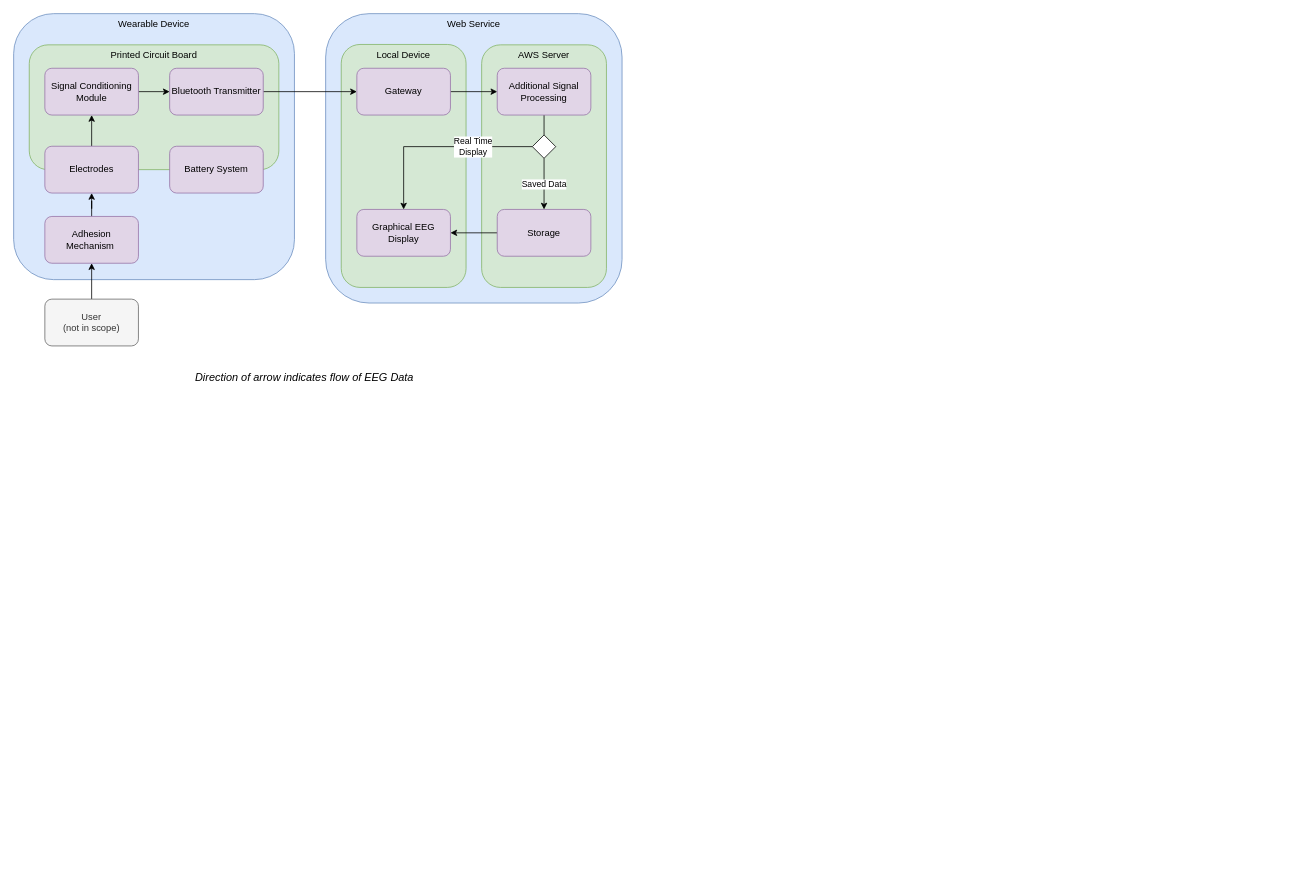
This is SystemArchitecture.drawio from JY68-Werable-EEG-Sensor/Wearable-EEG-Sensor, a draw.io file, before an edit. Source tidied: cells renumbered, new cells numbered last; positions are measured from the earlier drawing's top-left corner, leaving out a move shared by most shapes. Both pictures are drawn from the tidied source at 78%, with x=0, y=0 at pixel (13, 13).
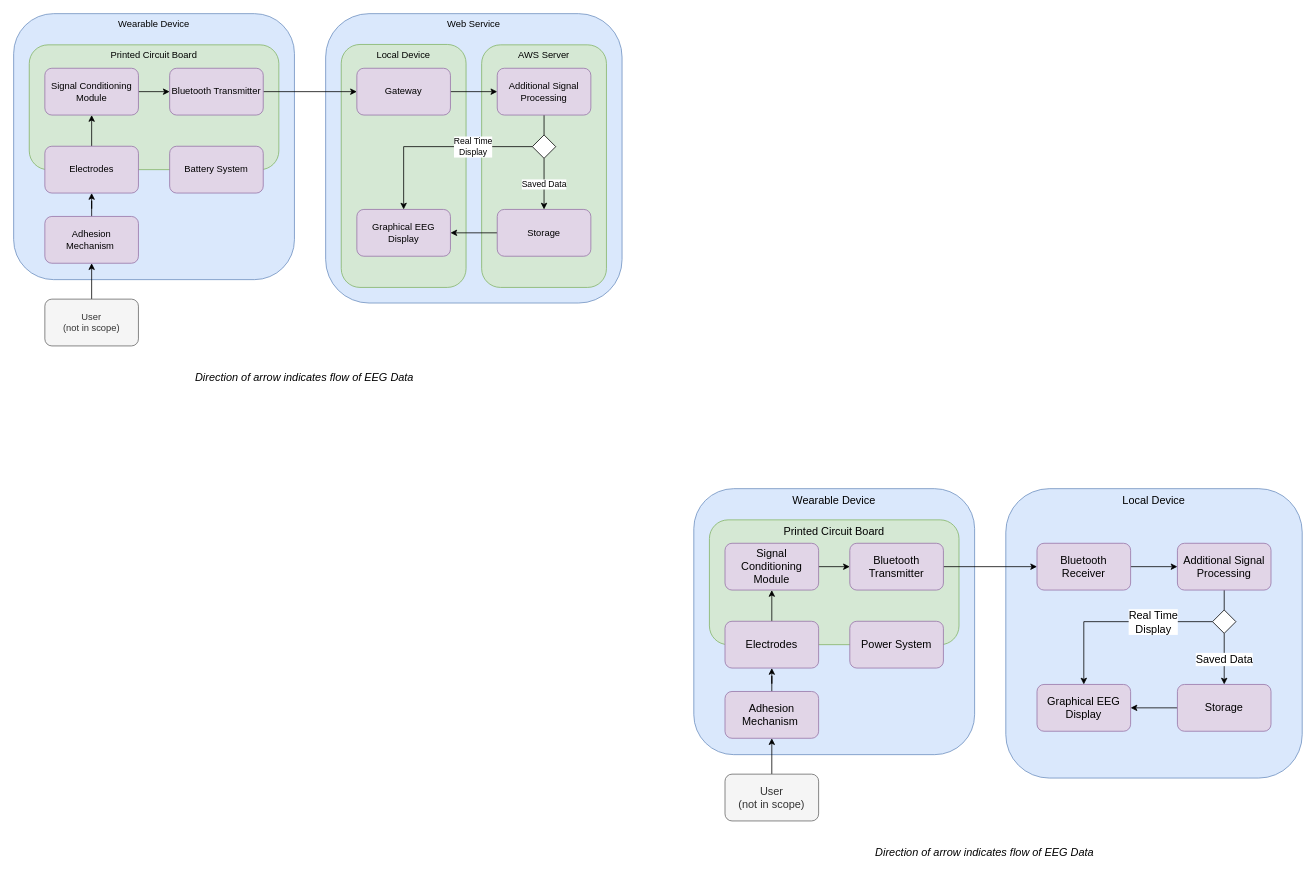
Above is the later version.

What changed in the source:
```diff
@@
+    <mxCell id="30" value="&lt;font style=&quot;font-size: 14px;&quot;&gt;Local Device&lt;/font&gt;" style="rounded=1;whiteSpace=wrap;html=1;verticalAlign=top;fillColor=#dae8fc;strokeColor=#6c8ebf;" parent="1" vertex="1">
+      <mxGeometry x="1272" y="609" width="380" height="371" as="geometry" />
+    </mxCell>
+    <mxCell id="31" value="&lt;font style=&quot;font-size: 14px;&quot;&gt;Wearable Device&lt;/font&gt;" style="rounded=1;whiteSpace=wrap;html=1;verticalAlign=top;fillColor=#dae8fc;strokeColor=#6c8ebf;" parent="1" vertex="1">
+      <mxGeometry x="872" y="609" width="360" height="341" as="geometry" />
+    </mxCell>
+    <mxCell id="32" style="edgeStyle=orthogonalEdgeStyle;rounded=0;jettySize=auto;html=1;exitX=1;exitY=0.5;exitDx=0;exitDy=0;" parent="1" edge="1" source="33" target="47">
+      <mxGeometry relative="1" as="geometry" />
+    </mxCell>
+    <mxCell id="33" value="&lt;font style=&quot;font-size: 14px;&quot;&gt;Bluetooth Receiver&lt;/font&gt;" style="rounded=1;whiteSpace=wrap;html=1;fillColor=#e1d5e7;strokeColor=#9673a6;" parent="1" vertex="1">
+      <mxGeometry x="1312" y="679" width="120" height="60" as="geometry" />
+    </mxCell>
+    <mxCell id="34" value="&lt;font style=&quot;font-size: 14px;&quot;&gt;Printed Circuit Board&lt;/font&gt;" style="rounded=1;whiteSpace=wrap;html=1;verticalAlign=top;fillColor=#d5e8d4;strokeColor=#82b366;" parent="1" vertex="1">
+      <mxGeometry x="892" y="649" width="320" height="160" as="geometry" />
+    </mxCell>
+    <mxCell id="35" style="edgeStyle=orthogonalEdgeStyle;rounded=0;jettySize=auto;html=1;exitX=1;exitY=0.5;exitDx=0;exitDy=0;entryX=0;entryY=0.5;entryDx=0;entryDy=0;" parent="1" edge="1" source="36" target="33">
+      <mxGeometry relative="1" as="geometry" />
+    </mxCell>
+    <mxCell id="36" value="&lt;font style=&quot;font-size: 14px;&quot;&gt;Bluetooth Transmitter&lt;/font&gt;" style="rounded=1;whiteSpace=wrap;html=1;fillColor=#e1d5e7;strokeColor=#9673a6;" parent="1" vertex="1">
+      <mxGeometry x="1072" y="679" width="120" height="60" as="geometry" />
+    </mxCell>
+    <mxCell id="37" style="edgeStyle=orthogonalEdgeStyle;rounded=0;orthogonalLoop=1;jettySize=auto;html=1;exitX=0.5;exitY=1;exitDx=0;exitDy=0;" parent="1" edge="1" source="30" target="30">
+      <mxGeometry relative="1" as="geometry" />
+    </mxCell>
+    <mxCell id="38" style="edgeStyle=orthogonalEdgeStyle;rounded=0;jettySize=auto;html=1;exitX=0.5;exitY=0;exitDx=0;exitDy=0;entryX=0.5;entryY=1;entryDx=0;entryDy=0;" parent="1" edge="1" source="39" target="44">
+      <mxGeometry relative="1" as="geometry" />
+    </mxCell>
+    <mxCell id="39" value="&lt;font style=&quot;font-size: 14px;&quot;&gt;Electrodes&lt;/font&gt;" style="rounded=1;whiteSpace=wrap;html=1;fillColor=#e1d5e7;strokeColor=#9673a6;" parent="1" vertex="1">
+      <mxGeometry x="912" y="779" width="120" height="60" as="geometry" />
+    </mxCell>
+    <mxCell id="40" style="edgeStyle=orthogonalEdgeStyle;rounded=0;jettySize=auto;html=1;exitX=0.5;exitY=0;exitDx=0;exitDy=0;" parent="1" edge="1" source="41" target="39">
+      <mxGeometry relative="1" as="geometry" />
+    </mxCell>
+    <mxCell id="41" value="&lt;font style=&quot;font-size: 14px;&quot;&gt;Adhesion Mechanism&amp;nbsp;&lt;/font&gt;" style="rounded=1;whiteSpace=wrap;html=1;fillColor=#e1d5e7;strokeColor=#9673a6;" parent="1" vertex="1">
+      <mxGeometry x="912" y="869" width="120" height="60" as="geometry" />
+    </mxCell>
+    <mxCell id="42" value="&lt;font style=&quot;font-size: 14px;&quot;&gt;Power System&lt;br&gt;&lt;/font&gt;" style="rounded=1;whiteSpace=wrap;html=1;fillColor=#e1d5e7;strokeColor=#9673a6;" parent="1" vertex="1">
+      <mxGeometry x="1072" y="779" width="120" height="60" as="geometry" />
+    </mxCell>
+    <mxCell id="43" style="edgeStyle=orthogonalEdgeStyle;rounded=0;jettySize=auto;html=1;exitX=1;exitY=0.5;exitDx=0;exitDy=0;entryX=0;entryY=0.5;entryDx=0;entryDy=0;" parent="1" edge="1" source="44" target="36">
+      <mxGeometry relative="1" as="geometry" />
+    </mxCell>
+    <mxCell id="44" value="&lt;font style=&quot;font-size: 14px;&quot;&gt;Signal Conditioning Module&lt;/font&gt;" style="rounded=1;whiteSpace=wrap;html=1;fillColor=#e1d5e7;strokeColor=#9673a6;" parent="1" vertex="1">
+      <mxGeometry x="912" y="679" width="120" height="60" as="geometry" />
+    </mxCell>
+    <mxCell id="45" value="&lt;i&gt;&lt;font style=&quot;font-size: 14px;&quot;&gt;Direction of arrow indicates flow of EEG Data&lt;/font&gt;&lt;/i&gt;" style="text;html=1;strokeColor=none;fillColor=none;align=center;verticalAlign=middle;whiteSpace=wrap;rounded=0;" parent="1" vertex="1">
+      <mxGeometry x="1092" y="1060" width="306" height="30" as="geometry" />
+    </mxCell>
+    <mxCell id="46" style="edgeStyle=orthogonalEdgeStyle;rounded=0;jettySize=auto;html=1;exitX=0.5;exitY=1;exitDx=0;exitDy=0;entryX=0.5;entryY=0;entryDx=0;entryDy=0;endArrow=none;endFill=0;" parent="1" edge="1" source="47" target="55">
+      <mxGeometry relative="1" as="geometry" />
+    </mxCell>
+    <mxCell id="47" value="&lt;font style=&quot;font-size: 14px;&quot;&gt;Additional Signal Processing&lt;/font&gt;" style="rounded=1;whiteSpace=wrap;html=1;fillColor=#e1d5e7;strokeColor=#9673a6;" parent="1" vertex="1">
+      <mxGeometry x="1492" y="679" width="120" height="60" as="geometry" />
+    </mxCell>
+    <mxCell id="48" style="edgeStyle=orthogonalEdgeStyle;rounded=0;jettySize=auto;html=1;exitX=0.5;exitY=0;exitDx=0;exitDy=0;entryX=0.5;entryY=1;entryDx=0;entryDy=0;" parent="1" edge="1" source="49" target="41">
+      <mxGeometry relative="1" as="geometry" />
+    </mxCell>
+    <mxCell id="49" value="&lt;font style=&quot;font-size: 14px;&quot;&gt;User &lt;br&gt;(not in scope)&lt;/font&gt;" style="rounded=1;whiteSpace=wrap;html=1;fillColor=#f5f5f5;fontColor=#333333;strokeColor=#666666;" parent="1" vertex="1">
+      <mxGeometry x="912" y="975" width="120" height="60" as="geometry" />
+    </mxCell>
+    <mxCell id="50" style="edgeStyle=orthogonalEdgeStyle;rounded=0;jettySize=auto;html=1;exitX=0;exitY=0.5;exitDx=0;exitDy=0;entryX=1;entryY=0.5;entryDx=0;entryDy=0;" parent="1" edge="1" source="51" target="52">
+      <mxGeometry relative="1" as="geometry" />
+    </mxCell>
+    <mxCell id="51" value="&lt;font style=&quot;font-size: 14px;&quot;&gt;Storage&lt;/font&gt;" style="rounded=1;whiteSpace=wrap;html=1;fillColor=#e1d5e7;strokeColor=#9673a6;" parent="1" vertex="1">
+      <mxGeometry x="1492" y="860" width="120" height="60" as="geometry" />
+    </mxCell>
+    <mxCell id="52" value="&lt;font style=&quot;font-size: 14px;&quot;&gt;Graphical EEG Display&lt;/font&gt;" style="rounded=1;whiteSpace=wrap;html=1;fillColor=#e1d5e7;strokeColor=#9673a6;" parent="1" vertex="1">
+      <mxGeometry x="1312" y="860" width="120" height="60" as="geometry" />
+    </mxCell>
+    <mxCell id="53" value="&lt;font style=&quot;font-size: 14px;&quot;&gt;Saved Data&lt;/font&gt;" style="edgeStyle=orthogonalEdgeStyle;rounded=0;jettySize=auto;html=1;exitX=0.5;exitY=1;exitDx=0;exitDy=0;entryX=0.5;entryY=0;entryDx=0;entryDy=0;" parent="1" edge="1" source="55" target="51">
+      <mxGeometry relative="1" as="geometry" />
+    </mxCell>
+    <mxCell id="54" value="&lt;font style=&quot;font-size: 14px;&quot;&gt;Real Time &lt;br&gt;Display&lt;/font&gt;" style="edgeStyle=orthogonalEdgeStyle;rounded=0;jettySize=auto;html=1;exitX=0;exitY=0.5;exitDx=0;exitDy=0;entryX=0.5;entryY=0;entryDx=0;entryDy=0;" parent="1" edge="1" source="55" target="52">
+      <mxGeometry x="-0.38" relative="1" as="geometry" />
+    </mxCell>
+    <mxCell id="55" style="rhombus;whiteSpace=wrap;html=1;" parent="1" vertex="1">
+      <mxGeometry x="1537" y="764.5" width="30" height="30" as="geometry" />
+    </mxCell>
```
